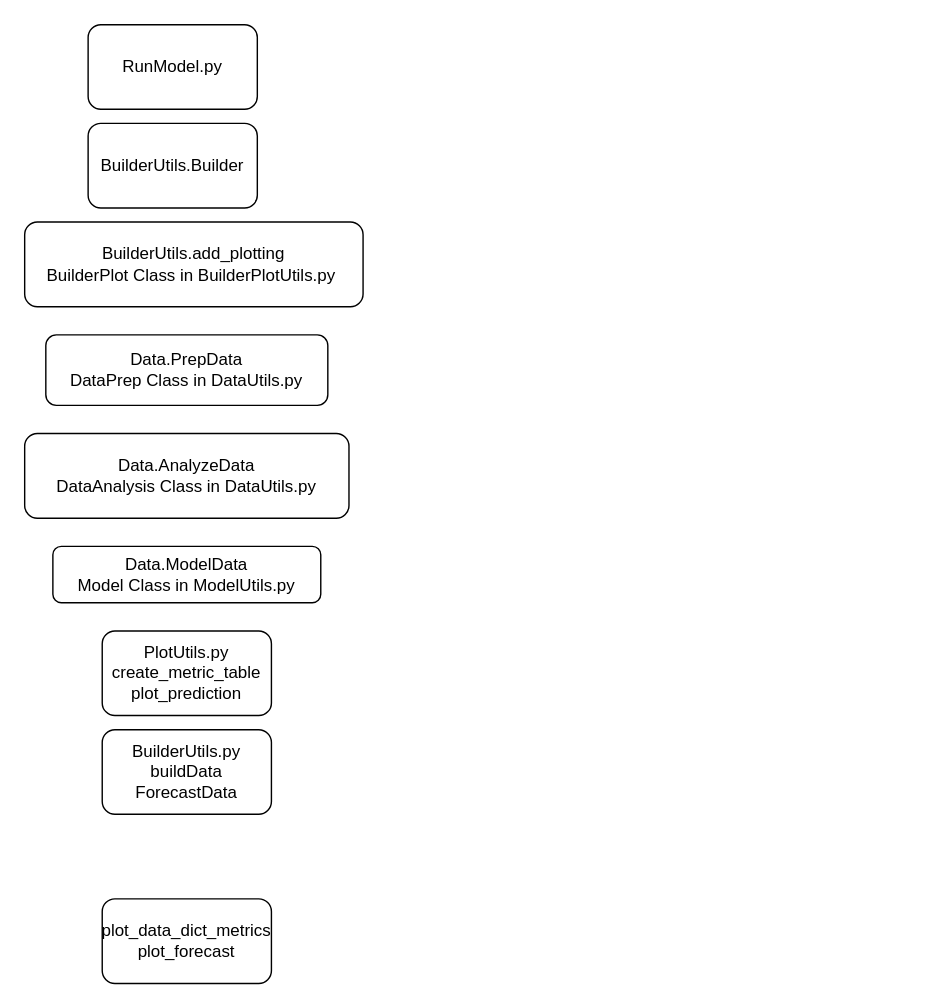
kimberlyesmith/map keeps this draw.io diagram as Untitled Diagram.drawio. Above is the earlier version. Source tidied: cells renumbered, new cells numbered last; positions are measured from the earlier drawing's top-left corner, leaving out a move shared by most shapes. Both pictures are drawn from the tidied source at 141%, with x=0, y=0 at pixel (24, 24).
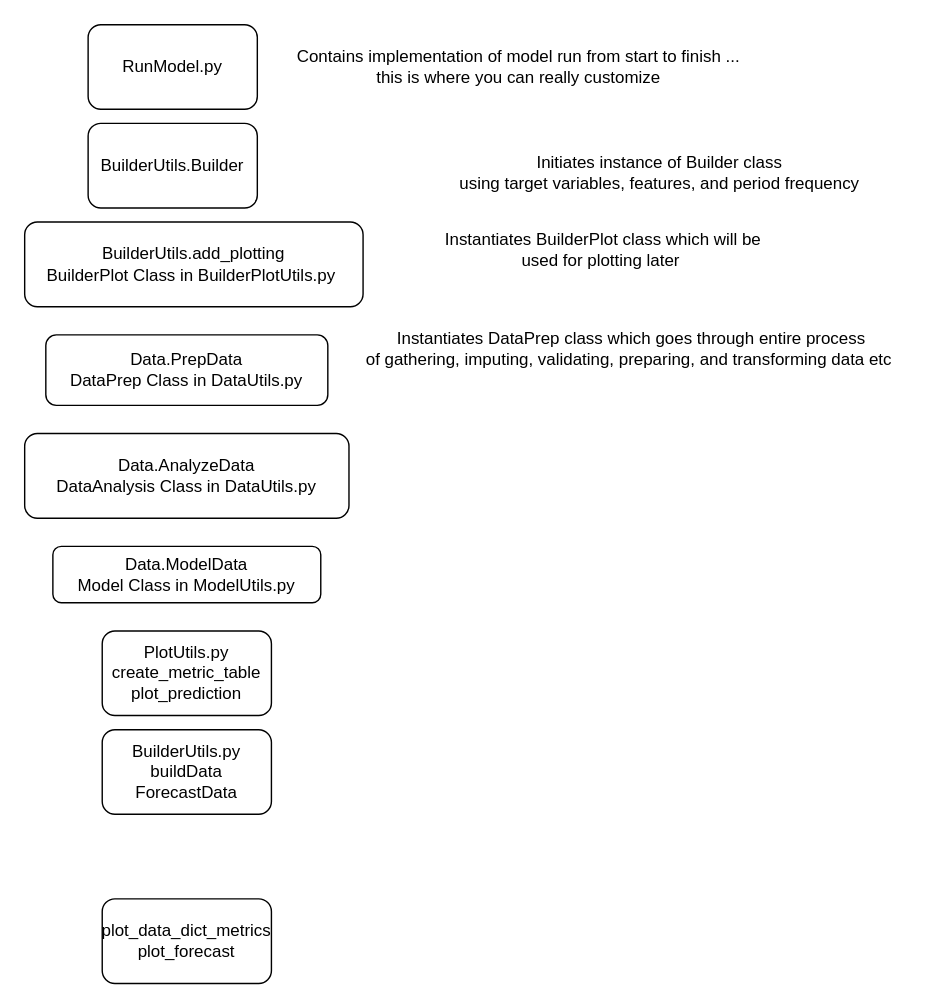
After the change.

What changed in the source:
```diff
@@
 <mxGraphModel>
   <root>
     <mxCell id="0" />
     <mxCell id="1" parent="0" />
     <mxCell id="2" value="RunModel.py" style="rounded=1;whiteSpace=wrap;html=1;" parent="1" vertex="1">
       <mxGeometry x="45" width="120" height="60" as="geometry" />
     </mxCell>
     <mxCell id="3" value="BuilderUtils.Builder" style="rounded=1;whiteSpace=wrap;html=1;" parent="1" vertex="1">
       <mxGeometry x="45" y="70" width="120" height="60" as="geometry" />
     </mxCell>
     <mxCell id="4" value="BuilderUtils.add_plotting&lt;br&gt;BuilderPlot Class in BuilderPlotUtils.py&amp;nbsp;" style="rounded=1;whiteSpace=wrap;html=1;" parent="1" vertex="1">
       <mxGeometry y="140" width="240" height="60" as="geometry" />
     </mxCell>
     <mxCell id="5" value="Data.PrepData&lt;br&gt;DataPrep Class in DataUtils.py" style="rounded=1;whiteSpace=wrap;html=1;" parent="1" vertex="1">
       <mxGeometry x="15" y="220" width="200" height="50" as="geometry" />
     </mxCell>
     <mxCell id="6" value="Data.AnalyzeData&lt;br&gt;DataAnalysis Class in DataUtils.py" style="rounded=1;whiteSpace=wrap;html=1;" parent="1" vertex="1">
       <mxGeometry y="290" width="230" height="60" as="geometry" />
     </mxCell>
     <mxCell id="7" value="Data.ModelData&lt;br&gt;Model Class in ModelUtils.py" style="rounded=1;whiteSpace=wrap;html=1;" parent="1" vertex="1">
       <mxGeometry x="20" y="370" width="190" height="40" as="geometry" />
     </mxCell>
     <mxCell id="8" value="PlotUtils.py&lt;br&gt;create_metric_table&lt;br&gt;plot_prediction" style="rounded=1;whiteSpace=wrap;html=1;" parent="1" vertex="1">
       <mxGeometry x="55" y="430" width="120" height="60" as="geometry" />
     </mxCell>
     <mxCell id="9" value="BuilderUtils.py&lt;br&gt;buildData&lt;br&gt;ForecastData" style="rounded=1;whiteSpace=wrap;html=1;" parent="1" vertex="1">
       <mxGeometry x="55" y="500" width="120" height="60" as="geometry" />
     </mxCell>
     <mxCell id="10" value="plot_data_dict_metrics&lt;br&gt;plot_forecast" style="rounded=1;whiteSpace=wrap;html=1;" parent="1" vertex="1">
       <mxGeometry x="55" y="620" width="120" height="60" as="geometry" />
     </mxCell>
+    <mxCell id="11" value="Contains implementation of model run from start to finish ... &lt;br&gt;this is where you can really customize" style="text;html=1;align=center;verticalAlign=middle;" parent="1" vertex="1">
+      <mxGeometry x="185" y="15" width="330" height="30" as="geometry" />
+    </mxCell>
+    <mxCell id="12" value="Initiates instance of Builder class&lt;br&gt;using target variables, features, and period frequency" style="text;html=1;align=center;verticalAlign=middle;" parent="1" vertex="1">
+      <mxGeometry x="300" y="90" width="300" height="30" as="geometry" />
+    </mxCell>
+    <mxCell id="13" value="Instantiates BuilderPlot class which will be&lt;br&gt;used for plotting later&amp;nbsp;" style="text;html=1;align=center;verticalAlign=middle;" parent="1" vertex="1">
+      <mxGeometry x="290" y="145" width="240" height="30" as="geometry" />
+    </mxCell>
+    <mxCell id="14" value="Instantiates DataPrep class which goes through entire process&lt;br&gt;of gathering, imputing, validating, preparing, and transforming data etc&amp;nbsp;" style="text;html=1;align=center;verticalAlign=middle;" parent="1" vertex="1">
+      <mxGeometry x="235" y="215" width="390" height="30" as="geometry" />
+    </mxCell>
   </root>
 </mxGraphModel>
```
